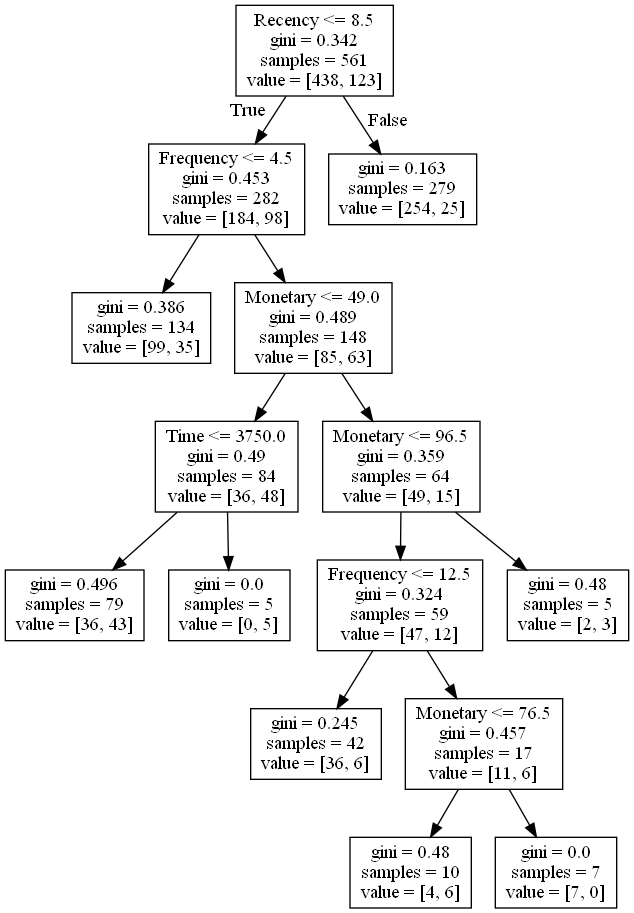
Before: tree.png, a diagram exported from Graphviz (PurushottamPadhya/Datascience_Assignment_Blood_Transfusion). Its source is kept beside it as tree.dot.
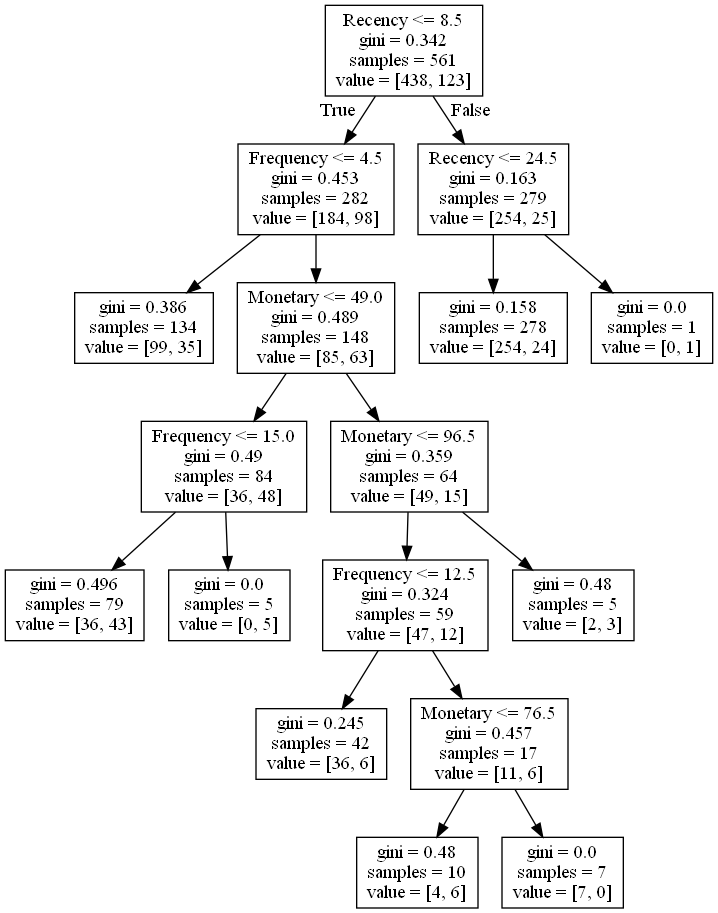
Above is the later version.

Diff of the diagram source:
```diff
@@ -7,7 +7,7 @@
 1 -> 2 ;
 3 [label="Monetary <= 49.0\ngini = 0.489\nsamples = 148\nvalue = [85, 63]"] ;
 1 -> 3 ;
-4 [label="Time <= 3750.0\ngini = 0.49\nsamples = 84\nvalue = [36, 48]"] ;
+4 [label="Frequency <= 15.0\ngini = 0.49\nsamples = 84\nvalue = [36, 48]"] ;
 3 -> 4 ;
 5 [label="gini = 0.496\nsamples = 79\nvalue = [36, 43]"] ;
 4 -> 5 ;
@@ -27,6 +27,10 @@
 10 -> 12 ;
 13 [label="gini = 0.48\nsamples = 5\nvalue = [2, 3]"] ;
 7 -> 13 ;
-14 [label="gini = 0.163\nsamples = 279\nvalue = [254, 25]"] ;
+14 [label="Recency <= 24.5\ngini = 0.163\nsamples = 279\nvalue = [254, 25]"] ;
 0 -> 14 [labeldistance=2.5, labelangle=-45, headlabel="False"] ;
+15 [label="gini = 0.158\nsamples = 278\nvalue = [254, 24]"] ;
+14 -> 15 ;
+16 [label="gini = 0.0\nsamples = 1\nvalue = [0, 1]"] ;
+14 -> 16 ;
 }
```
